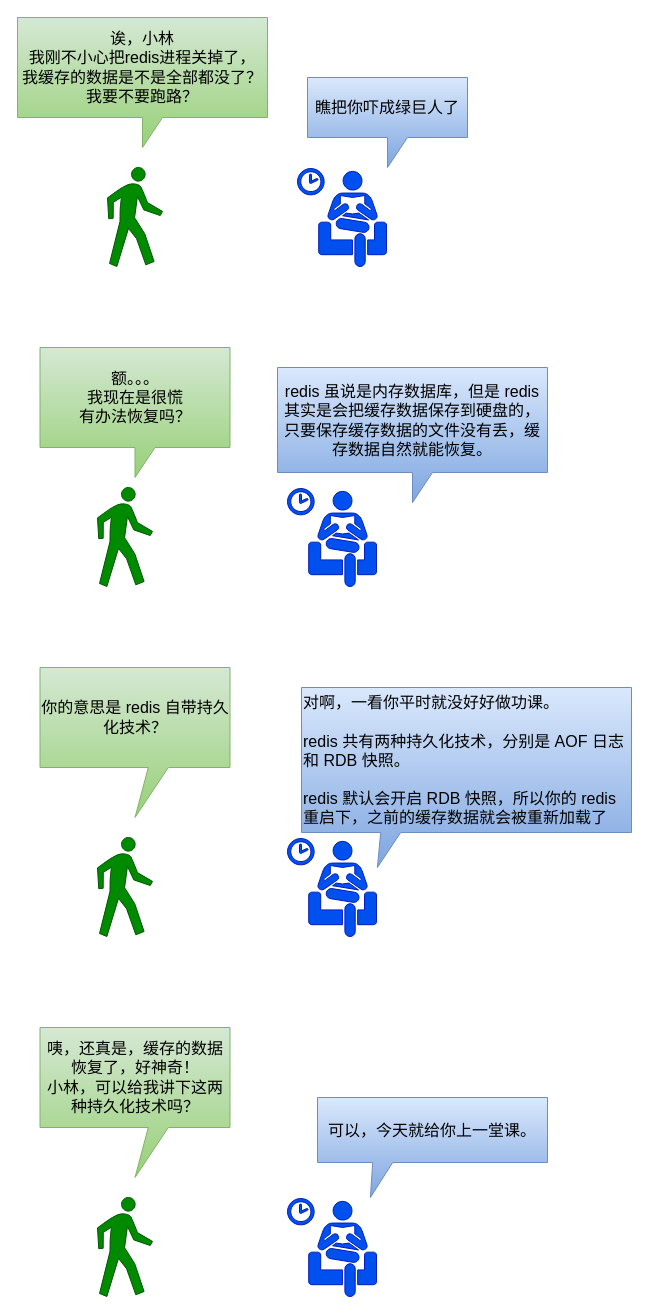
Before: redis/持久化/开头.drawio in xiaolincoder/ImageHost4, a draw.io diagram. Source tidied: cells renumbered, new cells numbered last; positions are measured from the earlier drawing's top-left corner, leaving out a move shared by most shapes. Both pictures are drawn from the tidied source at 100%, with x=0, y=0 at pixel (17, 17).
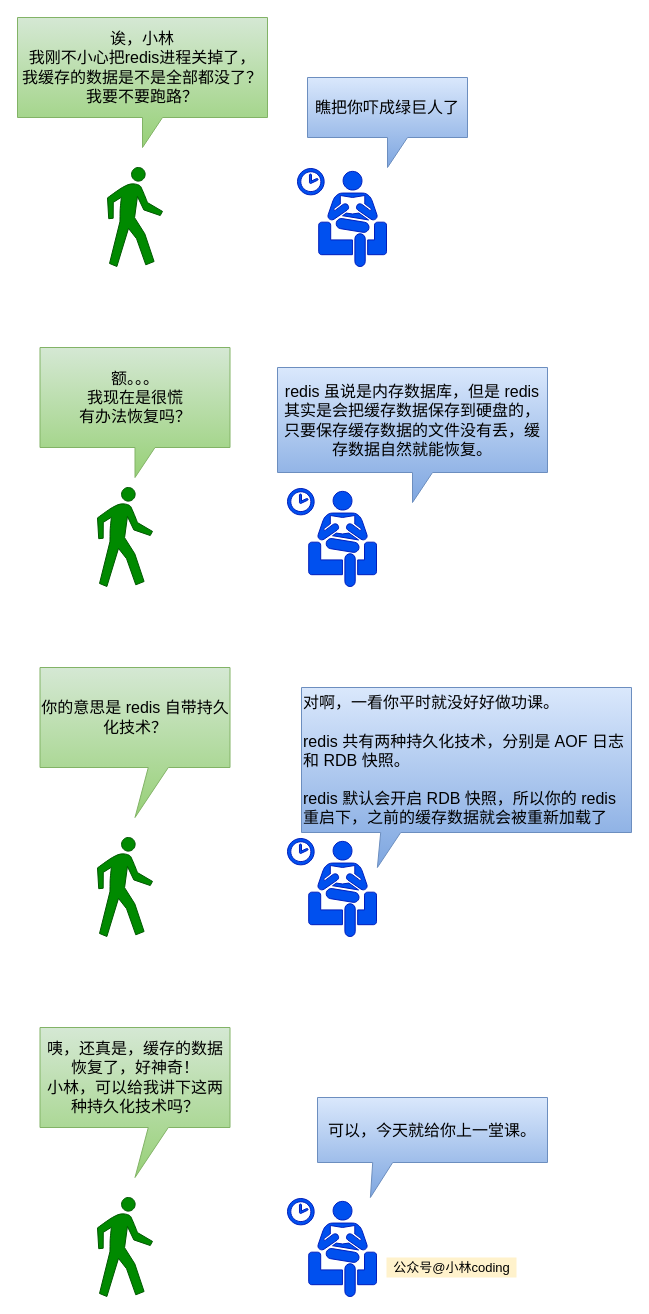
The same diagram, later.

Change to the diagram source:
```diff
@@
 <mxGraphModel>
   <root>
     <mxCell id="0" />
     <mxCell id="1" parent="0" />
     <mxCell id="2" style="shape=mxgraph.signs.people.walking;html=1;fillColor=#008a00;strokeColor=#005700;verticalLabelPosition=bottom;verticalAlign=top;align=center;fontColor=#ffffff;" parent="1" vertex="1">
       <mxGeometry x="90" y="150" width="55" height="99" as="geometry" />
     </mxCell>
     <mxCell id="3" style="shape=mxgraph.signs.people.waiting_room_2;html=1;fillColor=#0050ef;strokeColor=#001DBC;verticalLabelPosition=bottom;verticalAlign=top;align=center;fontColor=#ffffff;" parent="1" vertex="1">
       <mxGeometry x="280" y="151" width="89" height="98" as="geometry" />
     </mxCell>
     <mxCell id="4" value="诶，小林&lt;br style=&quot;font-size: 16px&quot;&gt;我刚不小心把redis进程关掉了，&lt;br&gt;我缓存的数据是不是全部都没了？我要不要跑路？" style="shape=callout;whiteSpace=wrap;html=1;perimeter=calloutPerimeter;fontSize=16;fillColor=#d5e8d4;strokeColor=#82b366;gradientColor=#97d077;" parent="1" vertex="1">
       <mxGeometry width="250" height="130" as="geometry" />
     </mxCell>
     <mxCell id="5" value="瞧把你吓成绿巨人了" style="shape=callout;whiteSpace=wrap;html=1;perimeter=calloutPerimeter;fontSize=16;gradientColor=#7ea6e0;fillColor=#dae8fc;strokeColor=#6c8ebf;" parent="1" vertex="1">
       <mxGeometry x="290" y="60" width="160" height="90" as="geometry" />
     </mxCell>
     <mxCell id="6" style="shape=mxgraph.signs.people.walking;html=1;fillColor=#008a00;strokeColor=#005700;verticalLabelPosition=bottom;verticalAlign=top;align=center;fontColor=#ffffff;" parent="1" vertex="1">
       <mxGeometry x="80" y="470" width="55" height="99" as="geometry" />
     </mxCell>
     <mxCell id="7" style="shape=mxgraph.signs.people.waiting_room_2;html=1;fillColor=#0050ef;strokeColor=#001DBC;verticalLabelPosition=bottom;verticalAlign=top;align=center;fontColor=#ffffff;" parent="1" vertex="1">
       <mxGeometry x="270" y="471" width="89" height="98" as="geometry" />
     </mxCell>
     <mxCell id="8" value="额。。。&lt;br&gt;我现在是很慌&lt;br&gt;有办法恢复吗？" style="shape=callout;whiteSpace=wrap;html=1;perimeter=calloutPerimeter;fontSize=16;fillColor=#d5e8d4;strokeColor=#82b366;gradientColor=#97d077;" parent="1" vertex="1">
       <mxGeometry x="22.5" y="330" width="190" height="130" as="geometry" />
     </mxCell>
     <mxCell id="9" value="redis 虽说是内存数据库，但是 redis 其实是会把缓存数据保存到硬盘的，只要保存缓存数据的文件没有丢，缓存数据自然就能恢复。" style="shape=callout;whiteSpace=wrap;html=1;perimeter=calloutPerimeter;fontSize=16;gradientColor=#7ea6e0;fillColor=#dae8fc;strokeColor=#6c8ebf;align=center;" parent="1" vertex="1">
       <mxGeometry x="260" y="350" width="270" height="135" as="geometry" />
     </mxCell>
     <mxCell id="10" style="shape=mxgraph.signs.people.walking;html=1;fillColor=#008a00;strokeColor=#005700;verticalLabelPosition=bottom;verticalAlign=top;align=center;fontColor=#ffffff;" parent="1" vertex="1">
       <mxGeometry x="80" y="820" width="55" height="99" as="geometry" />
     </mxCell>
     <mxCell id="11" style="shape=mxgraph.signs.people.waiting_room_2;html=1;fillColor=#0050ef;strokeColor=#001DBC;verticalLabelPosition=bottom;verticalAlign=top;align=center;fontColor=#ffffff;" parent="1" vertex="1">
       <mxGeometry x="270" y="821" width="89" height="98" as="geometry" />
     </mxCell>
     <mxCell id="12" value="你的意思是 redis 自带持久化技术？" style="shape=callout;whiteSpace=wrap;html=1;perimeter=calloutPerimeter;fontSize=16;fillColor=#d5e8d4;strokeColor=#82b366;gradientColor=#97d077;size=50;position=0.57;" parent="1" vertex="1">
       <mxGeometry x="22.5" y="650" width="190" height="150" as="geometry" />
     </mxCell>
     <mxCell id="13" value="对啊，一看你平时就没好好做功课。&lt;br&gt;&lt;br&gt;redis 共有两种持久化技术，分别是 AOF 日志和 RDB 快照。&lt;br&gt;&lt;br&gt;redis 默认会开启 RDB 快照，所以你的 redis 重启下，之前的缓存数据就会被重新加载了" style="shape=callout;whiteSpace=wrap;html=1;perimeter=calloutPerimeter;fontSize=16;gradientColor=#7ea6e0;fillColor=#dae8fc;strokeColor=#6c8ebf;align=left;size=35;position=0.24;position2=0.23;" parent="1" vertex="1">
       <mxGeometry x="284" y="670" width="330" height="180" as="geometry" />
     </mxCell>
     <mxCell id="14" style="shape=mxgraph.signs.people.walking;html=1;fillColor=#008a00;strokeColor=#005700;verticalLabelPosition=bottom;verticalAlign=top;align=center;fontColor=#ffffff;" parent="1" vertex="1">
       <mxGeometry x="80" y="1180" width="55" height="99" as="geometry" />
     </mxCell>
     <mxCell id="15" style="shape=mxgraph.signs.people.waiting_room_2;html=1;fillColor=#0050ef;strokeColor=#001DBC;verticalLabelPosition=bottom;verticalAlign=top;align=center;fontColor=#ffffff;" parent="1" vertex="1">
       <mxGeometry x="270" y="1181" width="89" height="98" as="geometry" />
     </mxCell>
     <mxCell id="16" value="咦，还真是，缓存的数据恢复了，好神奇！&lt;br&gt;小林，可以给我讲下这两种持久化技术吗？" style="shape=callout;whiteSpace=wrap;html=1;perimeter=calloutPerimeter;fontSize=16;fillColor=#d5e8d4;strokeColor=#82b366;gradientColor=#97d077;size=50;position=0.57;" parent="1" vertex="1">
       <mxGeometry x="22.5" y="1010" width="190" height="150" as="geometry" />
     </mxCell>
     <mxCell id="17" value="可以，今天就给你上一堂课。" style="shape=callout;whiteSpace=wrap;html=1;perimeter=calloutPerimeter;fontSize=16;gradientColor=#7ea6e0;fillColor=#dae8fc;strokeColor=#6c8ebf;align=center;size=35;position=0.24;position2=0.23;" parent="1" vertex="1">
       <mxGeometry x="300" y="1080" width="230" height="100" as="geometry" />
     </mxCell>
+    <mxCell id="18" value="公众号@小林coding" style="text;html=1;align=center;verticalAlign=middle;fontSize=13;fillColor=#fff2cc;" parent="1" vertex="1">
+      <mxGeometry x="369" y="1240" width="130" height="20" as="geometry" />
+    </mxCell>
   </root>
 </mxGraphModel>
```
